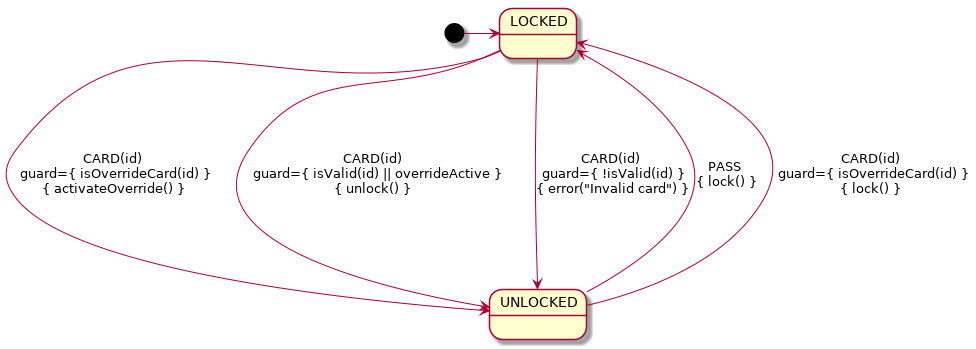
Earlier version of the PlantUML export src/docs/asciidoc/secure-turnstile-fsm.png (open-jumpco/kfsm). Its source is kept beside it as src/docs/plantuml/secure-turnstile-fsm.plantuml. The source it was exported from:
```plantuml
@startuml

skinparam classFontSize 9
skinparam classFontName Monospaced

[*] -right-> LOCKED

LOCKED ----> UNLOCKED : CARD(id)\n guard={ isOverrideCard(id) }\n{ activateOverride() }
LOCKED ----> UNLOCKED : CARD(id)\n guard={ isValid(id) || overrideActive }\n{ unlock() }
LOCKED ----> UNLOCKED : CARD(id)\n guard={ !isValid(id) }\n{ error("Invalid card") }

UNLOCKED ----> LOCKED : PASS\n{ lock() }
UNLOCKED ----> LOCKED : CARD(id)\n guard={ isOverrideCard(id) }\n{ lock() }

@enduml
```
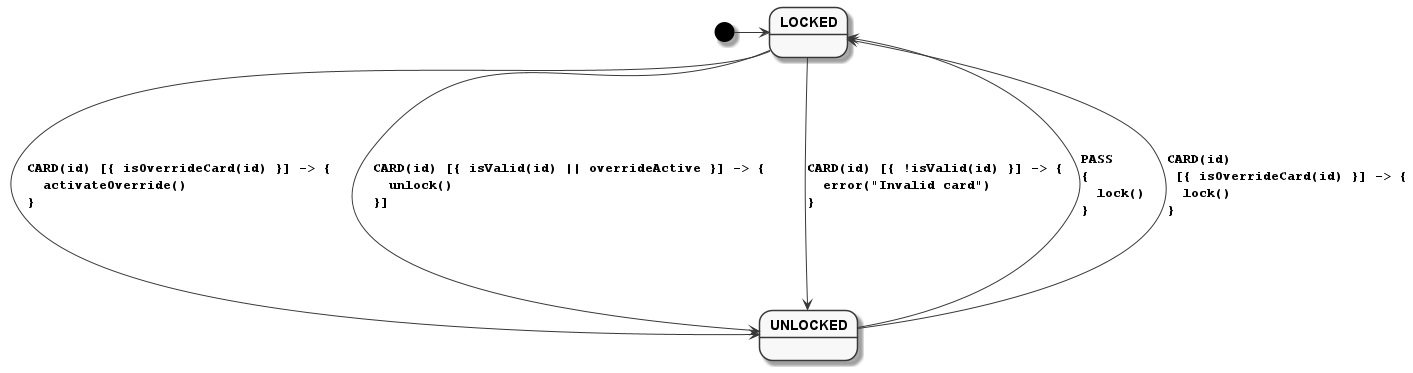
After the commit.

Diff of the diagram source:
```diff
@@ -1,15 +1,21 @@
 @startuml
 
-skinparam classFontSize 9
-skinparam classFontName Monospaced
+skinparam monochrome true
+skinparam StateFontName Helvetica
+skinparam defaultFontName Monospaced
+skinparam defaultFontStyle Bold
+skinparam state {
+    FontColor Black
+    FontStyle Bold
+}
 
 [*] -right-> LOCKED
 
-LOCKED ----> UNLOCKED : CARD(id)\n guard={ isOverrideCard(id) }\n{ activateOverride() }
-LOCKED ----> UNLOCKED : CARD(id)\n guard={ isValid(id) || overrideActive }\n{ unlock() }
-LOCKED ----> UNLOCKED : CARD(id)\n guard={ !isValid(id) }\n{ error("Invalid card") }
+LOCKED ----> UNLOCKED : CARD(id) [{ isOverrideCard(id) }] -> {\l  activateOverride()\l}
+LOCKED ----> UNLOCKED : CARD(id) [{ isValid(id) || overrideActive }] -> {\l  unlock()\l}]
+LOCKED ----> UNLOCKED : CARD(id) [{ !isValid(id) }] -> {\l  error("Invalid card")\l}
 
-UNLOCKED ----> LOCKED : PASS\n{ lock() }
-UNLOCKED ----> LOCKED : CARD(id)\n guard={ isOverrideCard(id) }\n{ lock() }
+UNLOCKED ----> LOCKED : PASS\l{\l  lock()\l}
+UNLOCKED ----> LOCKED : CARD(id)\l [{ isOverrideCard(id) }] -> {\l  lock()\l}
 
 @enduml
```
